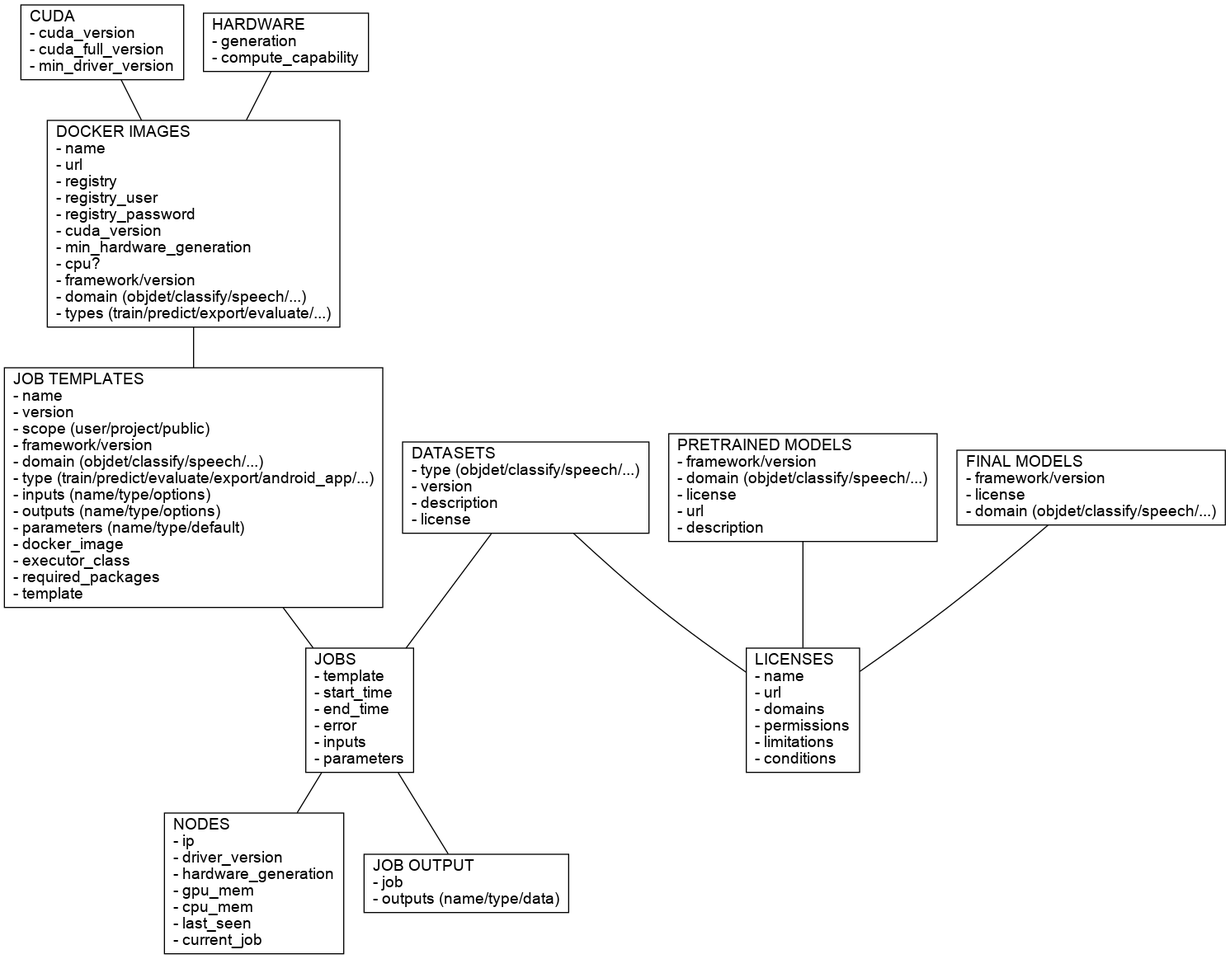
waikato-ufdl/ufdl-api keeps this Graphviz diagram as docs/img/api.png. Above is the earlier version. Its source is kept beside it as docs/img/api.dot.
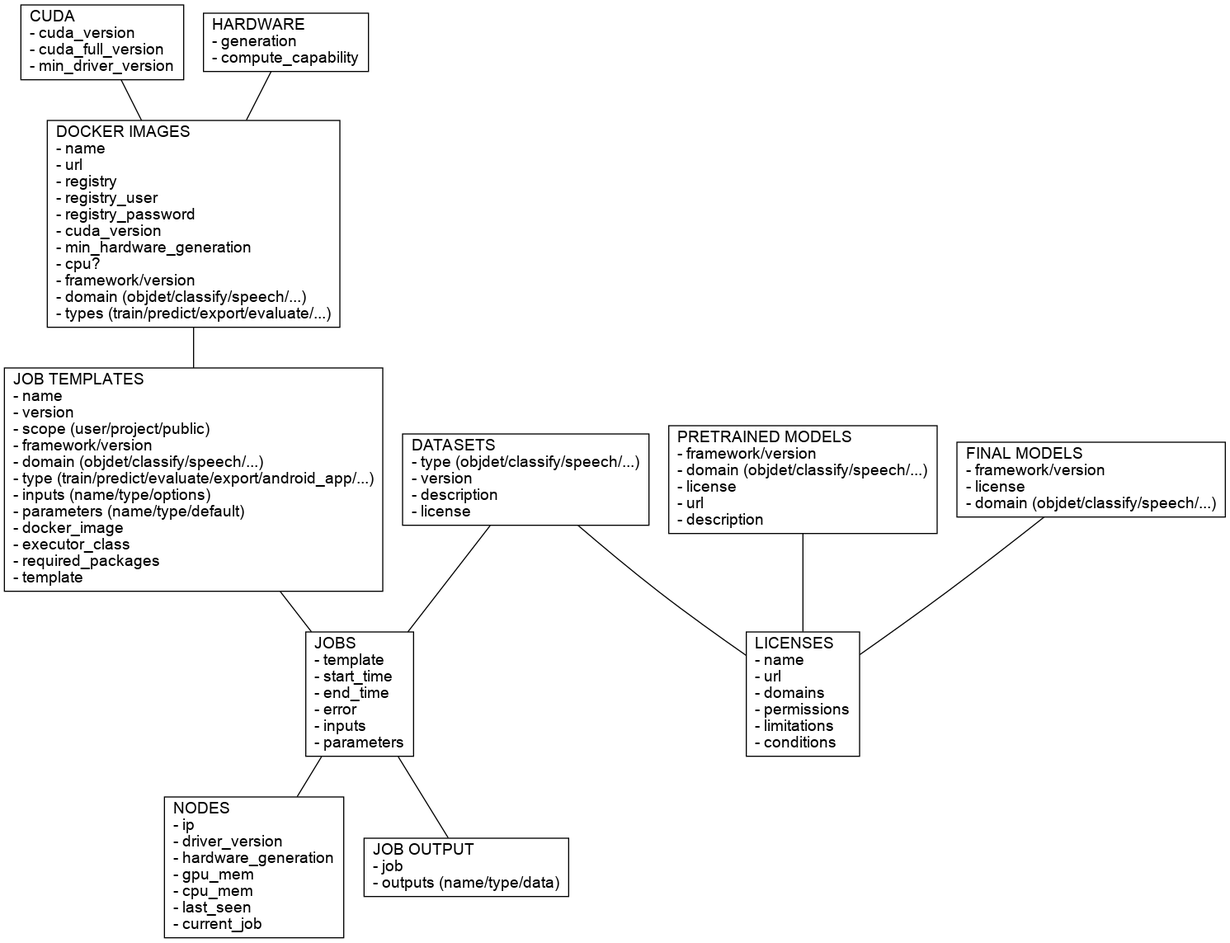
After the change.

Commit message:
removed outputs from job templates, executor class manages that

Diff of the diagram source:
```diff
@@ -10,7 +10,7 @@
   final_models [label = "FINAL MODELS\l- framework/version\l- license\l- domain (objdet/classify/speech/...)"];
   nodes [label = "NODES\l- ip\l- driver_version\l- hardware_generation\l- gpu_mem\l- cpu_mem\l- last_seen\l- current_job\l"];
   jobs [label = "JOBS\l- template\l- start_time\l- end_time\l- error\l- inputs\l- parameters\l"];
-  job_templates [label = "JOB TEMPLATES\l- name\l- version\l- scope (user/project/public)\l- framework/version\l- domain (objdet/classify/speech/...)\l- type (train/predict/evaluate/export/android_app/...)\l- inputs (name/type/options)\l- outputs (name/type/options)\l- parameters (name/type/default)\l- docker_image\l- executor_class\l- required_packages\l- template\l"];
+  job_templates [label = "JOB TEMPLATES\l- name\l- version\l- scope (user/project/public)\l- framework/version\l- domain (objdet/classify/speech/...)\l- type (train/predict/evaluate/export/android_app/...)\l- inputs (name/type/options)\l- parameters (name/type/default)\l- docker_image\l- executor_class\l- required_packages\l- template\l"];
   job_output [label = "JOB OUTPUT\l- job\l- outputs (name/type/data)\l"];
   docker_images [label = "DOCKER IMAGES\l- name\l- url\l- registry\l- registry_user\l- registry_password\l- cuda_version\l- min_hardware_generation\l- cpu?\l- framework/version\l- domain (objdet/classify/speech/...)\l- types (train/predict/export/evaluate/...)"];
 
```
